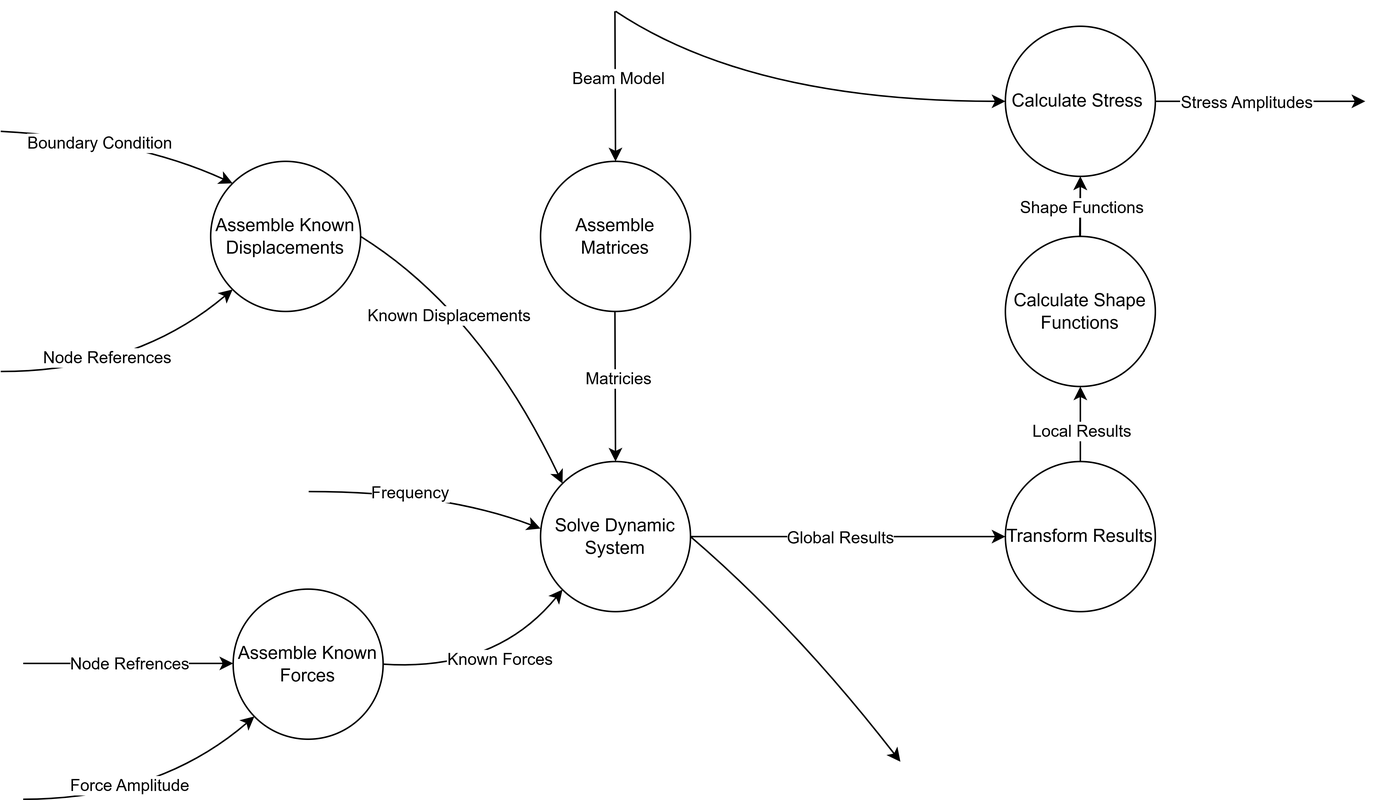
This is Thesis/Images/DFDs/DFDDynamic.png from NathanielHargan/UAV_Optimization, a draw.io export, as it was before one commit. Source tidied: cells renumbered, new cells last; positions are measured from the earlier drawing's top-left corner, leaving out a move shared by most shapes. The source it was exported from:
```xml
<mxGraphModel>
  <root>
    <mxCell id="0" />
    <mxCell id="1" parent="0" />
    <mxCell id="2" value="Assemble Known Displacements" style="ellipse;whiteSpace=wrap;html=1;" parent="1" vertex="1">
      <mxGeometry x="140" y="100" width="100" height="100" as="geometry" />
    </mxCell>
    <mxCell id="3" style="curved=1;endArrow=classic;html=1;rounded=0;entryX=0;entryY=1;entryDx=0;entryDy=0;" parent="1" edge="1" target="2">
      <mxGeometry relative="1" as="geometry">
        <mxPoint y="240" as="sourcePoint" />
        <Array as="points">
          <mxPoint x="90" y="240" />
        </Array>
      </mxGeometry>
    </mxCell>
    <mxCell id="4" value="Node References" style="edgeLabel;html=1;align=center;verticalAlign=middle;" parent="3" vertex="1">
      <mxGeometry x="0.05" y="8" relative="1" as="geometry">
        <mxPoint x="-16" y="-3" as="offset" />
      </mxGeometry>
    </mxCell>
    <mxCell id="5" style="curved=1;endArrow=classic;html=1;rounded=0;entryX=0;entryY=0;entryDx=0;entryDy=0;" parent="1" edge="1" target="2">
      <mxGeometry relative="1" as="geometry">
        <mxPoint y="80" as="sourcePoint" />
        <Array as="points">
          <mxPoint x="90" y="85" />
        </Array>
      </mxGeometry>
    </mxCell>
    <mxCell id="6" value="Boundary Condition" style="edgeLabel;html=1;align=center;verticalAlign=middle;" parent="5" vertex="1">
      <mxGeometry x="-0.18" y="-4" relative="1" as="geometry" />
    </mxCell>
    <mxCell id="7" value="Assemble Matrices" style="ellipse;whiteSpace=wrap;html=1;" parent="1" vertex="1">
      <mxGeometry x="360" y="100" width="100" height="100" as="geometry" />
    </mxCell>
    <mxCell id="8" style="endArrow=classic;html=1;rounded=0;entryX=0.5;entryY=0;entryDx=0;entryDy=0;" parent="1" edge="1" target="7">
      <mxGeometry relative="1" as="geometry">
        <mxPoint x="409.6" as="sourcePoint" />
      </mxGeometry>
    </mxCell>
    <mxCell id="9" value="Beam Model" style="edgeLabel;html=1;align=center;verticalAlign=middle;" parent="8" vertex="1">
      <mxGeometry x="-0.13" y="2" relative="1" as="geometry" />
    </mxCell>
    <mxCell id="10" value="Solve Dynamic System" style="ellipse;whiteSpace=wrap;html=1;" parent="1" vertex="1">
      <mxGeometry x="360" y="300" width="100" height="100" as="geometry" />
    </mxCell>
    <mxCell id="11" style="curved=1;endArrow=classic;html=1;rounded=0;entryX=0;entryY=0;entryDx=0;entryDy=0;exitX=1;exitY=0.5;exitDx=0;exitDy=0;" parent="1" edge="1" target="10">
      <mxGeometry relative="1" as="geometry">
        <mxPoint x="240" y="150" as="sourcePoint" />
        <Array as="points">
          <mxPoint x="320" y="200" />
        </Array>
      </mxGeometry>
    </mxCell>
    <mxCell id="12" value="&lt;div&gt;&lt;span style=&quot;background-color: light-dark(#ffffff, var(--ge-dark-color, #121212)); color: light-dark(rgb(0, 0, 0), rgb(255, 255, 255));&quot;&gt;Known Displacements&lt;/span&gt;&lt;/div&gt;" style="edgeLabel;html=1;align=center;verticalAlign=middle;" parent="11" vertex="1">
      <mxGeometry x="-0.31" y="-13" relative="1" as="geometry" />
    </mxCell>
    <mxCell id="13" style="endArrow=classic;html=1;rounded=0;entryX=0.5;entryY=0;entryDx=0;entryDy=0;" parent="1" edge="1">
      <mxGeometry relative="1" as="geometry">
        <mxPoint x="409.6" y="200" as="sourcePoint" />
        <mxPoint x="410" y="300" as="targetPoint" />
      </mxGeometry>
    </mxCell>
    <mxCell id="14" value="&lt;div&gt;Matricies&lt;/div&gt;" style="edgeLabel;html=1;align=center;verticalAlign=middle;" parent="13" vertex="1">
      <mxGeometry x="-0.13" y="2" relative="1" as="geometry" />
    </mxCell>
    <mxCell id="15" style="curved=1;endArrow=classic;html=1;rounded=0;entryX=0;entryY=1;entryDx=0;entryDy=0;exitX=1;exitY=0.5;exitDx=0;exitDy=0;" parent="1" edge="1" source="31" target="10">
      <mxGeometry relative="1" as="geometry">
        <Array as="points">
          <mxPoint x="330" y="440" />
        </Array>
      </mxGeometry>
    </mxCell>
    <mxCell id="16" value="Known Forces" style="edgeLabel;html=1;align=center;verticalAlign=middle;" parent="15" vertex="1">
      <mxGeometry x="-0.03" y="5" relative="1" as="geometry">
        <mxPoint x="7" y="-3" as="offset" />
      </mxGeometry>
    </mxCell>
    <mxCell id="17" style="endArrow=classic;html=1;rounded=0;exitX=1;exitY=0.5;exitDx=0;exitDy=0;entryX=0;entryY=0.5;entryDx=0;entryDy=0;" parent="1" edge="1" source="10" target="19">
      <mxGeometry relative="1" as="geometry" />
    </mxCell>
    <mxCell id="18" value="Global Results" style="edgeLabel;html=1;align=center;verticalAlign=middle;" parent="17" vertex="1">
      <mxGeometry relative="1" as="geometry">
        <mxPoint x="-5" as="offset" />
      </mxGeometry>
    </mxCell>
    <mxCell id="19" value="Transform Results" style="ellipse;whiteSpace=wrap;html=1;" parent="1" vertex="1">
      <mxGeometry x="670" y="300" width="100" height="100" as="geometry" />
    </mxCell>
    <mxCell id="20" style="edgeStyle=orthogonalEdgeStyle;rounded=0;jettySize=auto;html=1;" parent="1" edge="1" source="21" target="22">
      <mxGeometry relative="1" as="geometry" />
    </mxCell>
    <mxCell id="21" value="Calculate Shape Functions" style="ellipse;whiteSpace=wrap;html=1;" parent="1" vertex="1">
      <mxGeometry x="670" y="150" width="100" height="100" as="geometry" />
    </mxCell>
    <mxCell id="22" value="Calculate Stress&amp;nbsp;" style="ellipse;whiteSpace=wrap;html=1;" parent="1" vertex="1">
      <mxGeometry x="670" y="10" width="100" height="100" as="geometry" />
    </mxCell>
    <mxCell id="23" style="endArrow=classic;html=1;rounded=0;" parent="1" edge="1">
      <mxGeometry relative="1" as="geometry">
        <mxPoint x="720" y="300" as="sourcePoint" />
        <mxPoint x="720" y="250" as="targetPoint" />
      </mxGeometry>
    </mxCell>
    <mxCell id="24" value="Local Results" style="edgeLabel;html=1;align=center;verticalAlign=middle;" parent="23" vertex="1">
      <mxGeometry x="0.23" relative="1" as="geometry">
        <mxPoint y="11" as="offset" />
      </mxGeometry>
    </mxCell>
    <mxCell id="25" style="endArrow=classic;html=1;rounded=0;entryX=0.5;entryY=1;entryDx=0;entryDy=0;" parent="1" edge="1" target="22">
      <mxGeometry relative="1" as="geometry">
        <mxPoint x="719.6" y="150" as="sourcePoint" />
      </mxGeometry>
    </mxCell>
    <mxCell id="26" value="Shape Functions" style="edgeLabel;html=1;align=center;verticalAlign=middle;" parent="25" vertex="1">
      <mxGeometry x="0.23" relative="1" as="geometry">
        <mxPoint y="5" as="offset" />
      </mxGeometry>
    </mxCell>
    <mxCell id="27" style="curved=1;endArrow=classic;html=1;rounded=0;entryX=0;entryY=0.5;entryDx=0;entryDy=0;" parent="1" edge="1" target="22">
      <mxGeometry relative="1" as="geometry">
        <mxPoint x="410" as="sourcePoint" />
        <Array as="points">
          <mxPoint x="500" y="60" />
        </Array>
      </mxGeometry>
    </mxCell>
    <mxCell id="28" style="endArrow=classic;html=1;rounded=0;" parent="1" edge="1">
      <mxGeometry relative="1" as="geometry">
        <mxPoint x="770" y="60" as="sourcePoint" />
        <mxPoint x="910" y="60" as="targetPoint" />
      </mxGeometry>
    </mxCell>
    <mxCell id="29" value="Stress Amplitudes" style="edgeLabel;html=1;align=center;verticalAlign=middle;" parent="28" vertex="1">
      <mxGeometry x="-0.57" y="-5" relative="1" as="geometry">
        <mxPoint x="30" y="-5" as="offset" />
      </mxGeometry>
    </mxCell>
    <mxCell id="30" style="curved=1;endArrow=classic;html=1;rounded=0;" parent="1" edge="1">
      <mxGeometry relative="1" as="geometry">
        <mxPoint x="460" y="350" as="sourcePoint" />
        <mxPoint x="600" y="500" as="targetPoint" />
        <Array as="points">
          <mxPoint x="530" y="410" />
        </Array>
      </mxGeometry>
    </mxCell>
    <mxCell id="31" value="Assemble Known Forces" style="ellipse;whiteSpace=wrap;html=1;" parent="1" vertex="1">
      <mxGeometry x="155" y="385" width="100" height="100" as="geometry" />
    </mxCell>
    <mxCell id="32" style="curved=1;endArrow=classic;html=1;rounded=0;entryX=0;entryY=1;entryDx=0;entryDy=0;" parent="1" edge="1" target="31">
      <mxGeometry relative="1" as="geometry">
        <mxPoint x="15" y="525" as="sourcePoint" />
        <Array as="points">
          <mxPoint x="105" y="525" />
        </Array>
      </mxGeometry>
    </mxCell>
    <mxCell id="33" value="Force Amplitude" style="edgeLabel;html=1;align=center;verticalAlign=middle;" parent="32" vertex="1">
      <mxGeometry x="0.05" y="8" relative="1" as="geometry">
        <mxPoint x="-16" y="-3" as="offset" />
      </mxGeometry>
    </mxCell>
    <mxCell id="34" style="endArrow=classic;html=1;rounded=0;entryX=0;entryY=0.5;entryDx=0;entryDy=0;" parent="1" edge="1">
      <mxGeometry relative="1" as="geometry">
        <mxPoint x="15" y="434.5" as="sourcePoint" />
        <mxPoint x="155" y="434.5" as="targetPoint" />
      </mxGeometry>
    </mxCell>
    <mxCell id="35" value="Node Refrences" style="edgeLabel;html=1;align=center;verticalAlign=middle;" parent="34" vertex="1">
      <mxGeometry relative="1" as="geometry" />
    </mxCell>
    <mxCell id="36" style="curved=1;endArrow=classic;html=1;rounded=0;entryX=0;entryY=0;entryDx=0;entryDy=0;" parent="1" edge="1">
      <mxGeometry relative="1" as="geometry">
        <mxPoint x="205.4" y="320" as="sourcePoint" />
        <mxPoint x="360" y="344.6" as="targetPoint" />
        <Array as="points">
          <mxPoint x="295.4" y="320" />
        </Array>
      </mxGeometry>
    </mxCell>
    <mxCell id="37" value="Frequency" style="edgeLabel;html=1;align=center;verticalAlign=middle;" parent="36" vertex="1">
      <mxGeometry x="0.05" y="8" relative="1" as="geometry">
        <mxPoint x="-16" y="8" as="offset" />
      </mxGeometry>
    </mxCell>
  </root>
</mxGraphModel>
```
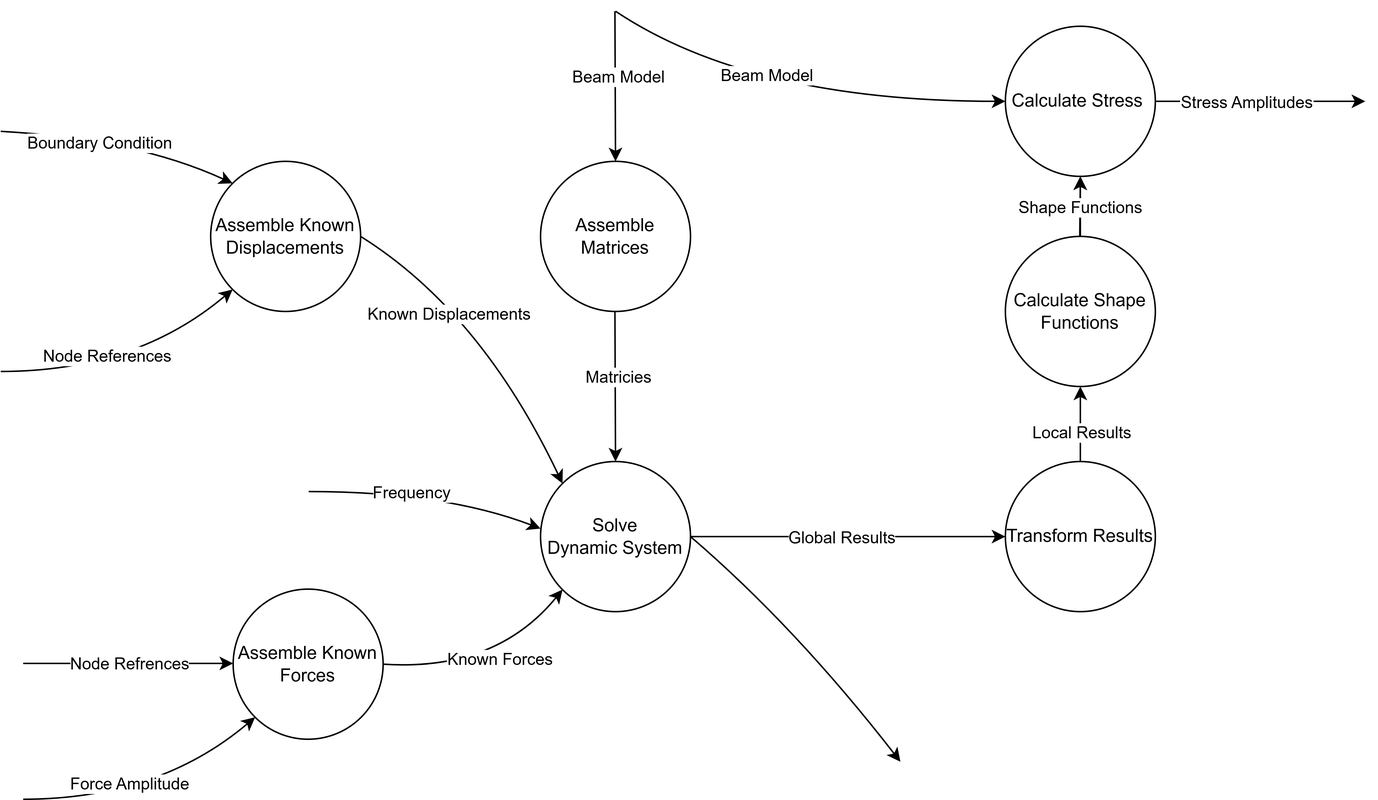
The same diagram one commit later.

Change to the diagram source:
```diff
@@ -40,7 +40,7 @@
     <mxCell id="9" value="Beam Model" style="edgeLabel;html=1;align=center;verticalAlign=middle;" parent="8" vertex="1">
       <mxGeometry x="-0.13" y="2" relative="1" as="geometry" />
     </mxCell>
-    <mxCell id="10" value="Solve Dynamic System" style="ellipse;whiteSpace=wrap;html=1;" parent="1" vertex="1">
+    <mxCell id="10" value="Solve Dynamic&lt;span style=&quot;background-color: transparent; color: light-dark(rgb(0, 0, 0), rgb(255, 255, 255));&quot;&gt;&amp;nbsp;System&lt;/span&gt;" style="ellipse;whiteSpace=wrap;html=1;" parent="1" vertex="1">
       <mxGeometry x="360" y="300" width="100" height="100" as="geometry" />
     </mxCell>
     <mxCell id="11" style="curved=1;endArrow=classic;html=1;rounded=0;entryX=0;entryY=0;entryDx=0;entryDy=0;exitX=1;exitY=0.5;exitDx=0;exitDy=0;" parent="1" edge="1" target="10">
@@ -183,5 +183,8 @@
         <mxPoint x="-16" y="8" as="offset" />
       </mxGeometry>
     </mxCell>
+    <mxCell id="38" value="Beam Model" style="edgeLabel;html=1;align=center;verticalAlign=middle;" parent="1" vertex="1">
+      <mxGeometry x="510" y="42" as="geometry" />
+    </mxCell>
   </root>
 </mxGraphModel>
```
